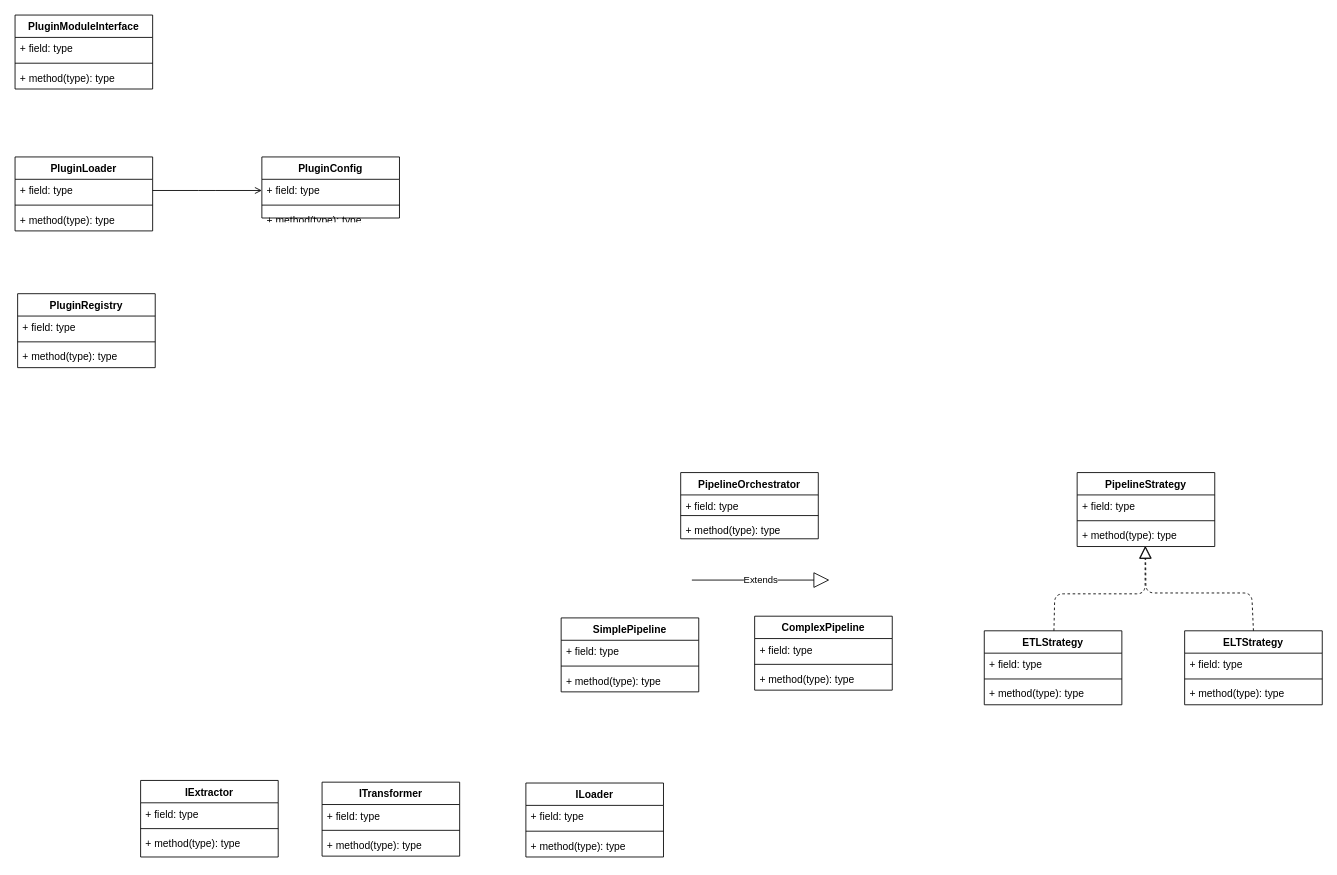
The draw.io diagram docs/class_diagram.drawio in jakubpulaczewski/pipeline-flow, before the edit. Source tidied: cells renumbered, new cells numbered last; positions are measured from the earlier drawing's top-left corner, leaving out a move shared by most shapes. Both pictures are drawn from the tidied source at 86%, with x=0, y=0 at pixel (15, 15).
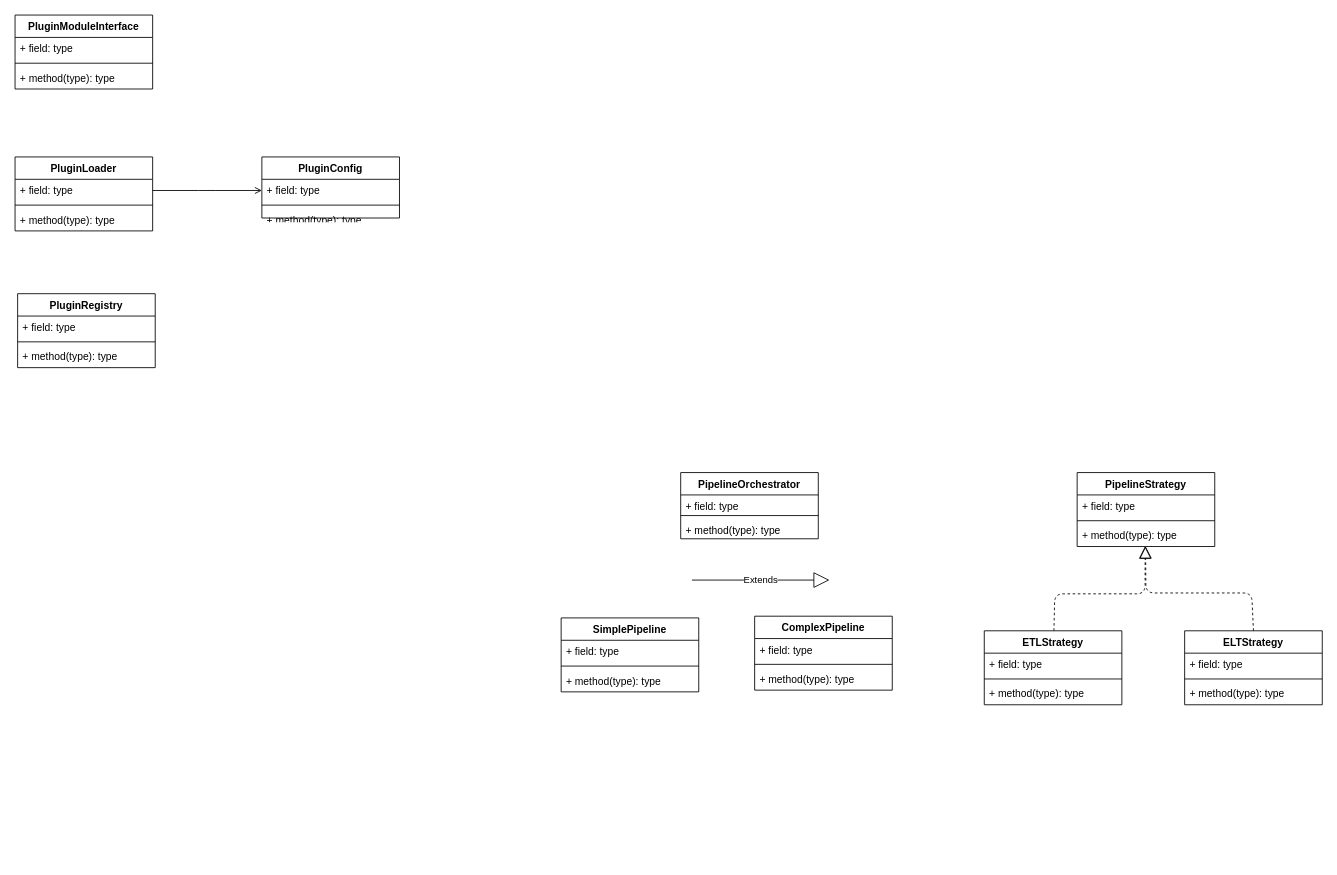
The same page after the edit.

Change to the diagram source:
```diff
@@
-    <mxCell id="2" value="IExtractor" style="swimlane;fontStyle=1;align=center;verticalAlign=top;horizontal=1;startSize=26;" parent="1" vertex="1">
-      <mxGeometry x="146" y="890" width="160" height="89" as="geometry" />
-    </mxCell>
-    <mxCell id="3" value="+ field: type" style="text;strokeColor=none;fillColor=none;align=left;verticalAlign=top;spacingLeft=4;spacingRight=4;overflow=hidden;" parent="2" vertex="1">
-      <mxGeometry y="26" width="160" height="26" as="geometry" />
-    </mxCell>
-    <mxCell id="4" style="line;strokeWidth=1;fillColor=none;align=left;verticalAlign=middle;spacingTop=-1;spacingLeft=3;spacingRight=3;labelPosition=right;strokeColor=inherit;" parent="2" vertex="1">
-      <mxGeometry y="52" width="160" height="8" as="geometry" />
-    </mxCell>
-    <mxCell id="5" value="+ method(type): type" style="text;strokeColor=none;fillColor=none;align=left;verticalAlign=top;spacingLeft=4;spacingRight=4;overflow=hidden;" parent="2" vertex="1">
-      <mxGeometry y="60" width="160" height="29" as="geometry" />
-    </mxCell>
-    <mxCell id="6" value="ITransformer" style="swimlane;fontStyle=1;align=center;verticalAlign=top;horizontal=1;startSize=26;" parent="1" vertex="1">
-      <mxGeometry x="357" y="892" width="160" height="86" as="geometry" />
-    </mxCell>
-    <mxCell id="7" value="+ field: type" style="text;strokeColor=none;fillColor=none;align=left;verticalAlign=top;spacingLeft=4;spacingRight=4;overflow=hidden;" parent="6" vertex="1">
-      <mxGeometry y="26" width="160" height="26" as="geometry" />
-    </mxCell>
-    <mxCell id="8" style="line;strokeWidth=1;fillColor=none;align=left;verticalAlign=middle;spacingTop=-1;spacingLeft=3;spacingRight=3;labelPosition=right;strokeColor=inherit;" parent="6" vertex="1">
-      <mxGeometry y="52" width="160" height="8" as="geometry" />
-    </mxCell>
-    <mxCell id="9" value="+ method(type): type" style="text;strokeColor=none;fillColor=none;align=left;verticalAlign=top;spacingLeft=4;spacingRight=4;overflow=hidden;" parent="6" vertex="1">
-      <mxGeometry y="60" width="160" height="26" as="geometry" />
-    </mxCell>
-    <mxCell id="10" value="ILoader" style="swimlane;fontStyle=1;align=center;verticalAlign=top;horizontal=1;startSize=26;" parent="1" vertex="1">
-      <mxGeometry x="594" y="893" width="160" height="86" as="geometry" />
-    </mxCell>
-    <mxCell id="11" value="+ field: type" style="text;strokeColor=none;fillColor=none;align=left;verticalAlign=top;spacingLeft=4;spacingRight=4;overflow=hidden;" parent="10" vertex="1">
-      <mxGeometry y="26" width="160" height="26" as="geometry" />
-    </mxCell>
-    <mxCell id="12" style="line;strokeWidth=1;fillColor=none;align=left;verticalAlign=middle;spacingTop=-1;spacingLeft=3;spacingRight=3;labelPosition=right;strokeColor=inherit;" parent="10" vertex="1">
-      <mxGeometry y="52" width="160" height="8" as="geometry" />
-    </mxCell>
-    <mxCell id="13" value="+ method(type): type" style="text;strokeColor=none;fillColor=none;align=left;verticalAlign=top;spacingLeft=4;spacingRight=4;overflow=hidden;" parent="10" vertex="1">
-      <mxGeometry y="60" width="160" height="26" as="geometry" />
-    </mxCell>
```
